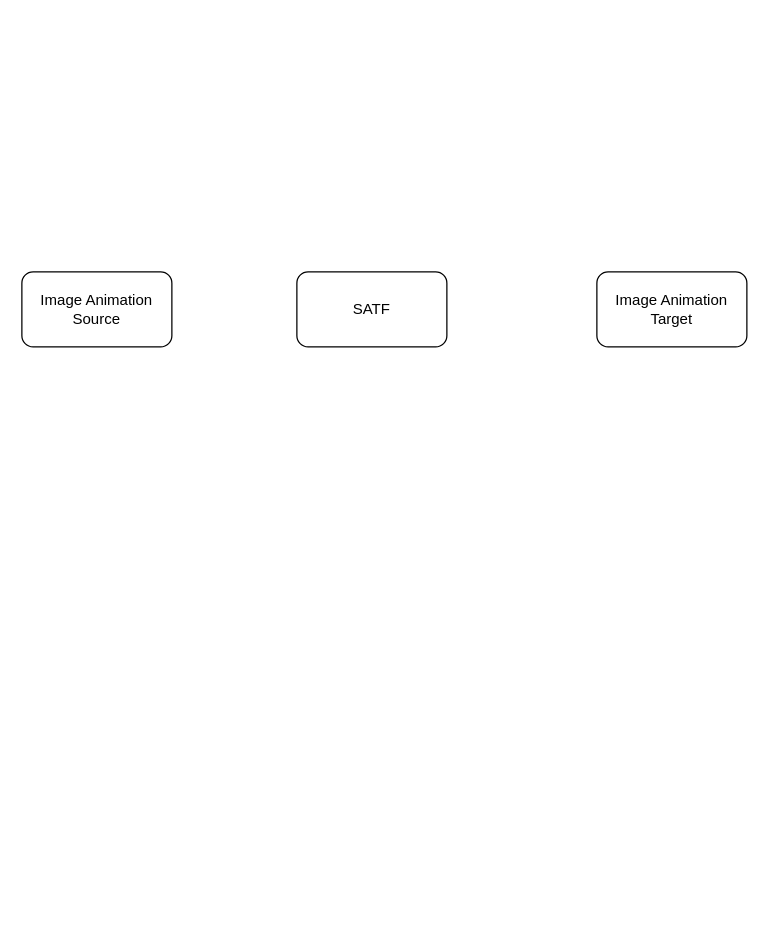
Earlier version of the draw.io diagram doc/SATF_Architecture.drawio (andreas-volz/SATF). Source tidied: cells renumbered, new cells numbered last; positions are measured from the earlier drawing's top-left corner, leaving out a move shared by most shapes. Both pictures are drawn from the tidied source at 125%, with x=0, y=0 at pixel (21, 271).
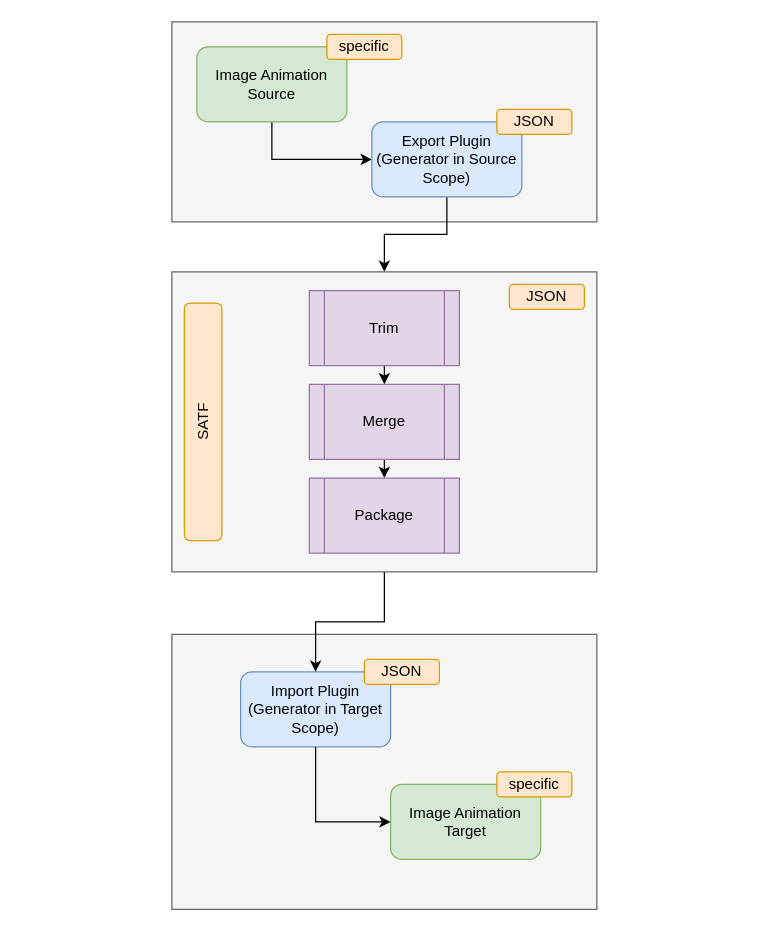
The same diagram, later.

Commit message:
basic architecture definition

What changed in the source:
```diff
@@
+    <mxCell id="5" style="rounded=0;whiteSpace=wrap;html=1;fillColor=#f5f5f5;fontColor=#333333;strokeColor=#666666;" parent="1" vertex="1">
+      <mxGeometry x="120" y="290" width="340" height="220" as="geometry" />
+    </mxCell>
+    <mxCell id="6" style="rounded=0;whiteSpace=wrap;html=1;fillColor=#f5f5f5;fontColor=#333333;strokeColor=#666666;" parent="1" vertex="1">
+      <mxGeometry x="120" y="-200" width="340" height="160" as="geometry" />
+    </mxCell>
+    <mxCell id="7" style="edgeStyle=orthogonalEdgeStyle;rounded=0;jettySize=auto;html=1;exitX=0.5;exitY=1;exitDx=0;exitDy=0;" parent="1" edge="1" source="2" target="9">
+      <mxGeometry relative="1" as="geometry" />
+    </mxCell>
-    <mxCell id="2" value="Image Animation Source" style="rounded=1;whiteSpace=wrap;html=1;" parent="1" vertex="1">
-      <mxGeometry width="120" height="60" as="geometry" />
+    <mxCell id="2" value="Image Animation Source" style="rounded=1;whiteSpace=wrap;html=1;glass=0;shadow=0;fillColor=#d5e8d4;strokeColor=#82b366;" parent="1" vertex="1">
+      <mxGeometry x="140" y="-180" width="120" height="60" as="geometry" />
     </mxCell>
-    <mxCell id="3" value="Image Animation Target" style="rounded=1;whiteSpace=wrap;html=1;" parent="1" vertex="1">
-      <mxGeometry x="460" width="120" height="60" as="geometry" />
+    <mxCell id="3" value="Image Animation Target" style="rounded=1;whiteSpace=wrap;html=1;fillColor=#d5e8d4;strokeColor=#82b366;" parent="1" vertex="1">
+      <mxGeometry x="295" y="410" width="120" height="60" as="geometry" />
     </mxCell>
+    <mxCell id="8" style="edgeStyle=orthogonalEdgeStyle;rounded=0;jettySize=auto;html=1;exitX=0.5;exitY=1;exitDx=0;exitDy=0;entryX=0.5;entryY=0;entryDx=0;entryDy=0;" parent="1" edge="1" source="9" target="13">
+      <mxGeometry relative="1" as="geometry" />
+    </mxCell>
+    <mxCell id="9" value="Export Plugin&lt;br&gt;(Generator in Source Scope)" style="rounded=1;whiteSpace=wrap;html=1;fillColor=#dae8fc;strokeColor=#6c8ebf;" parent="1" vertex="1">
+      <mxGeometry x="280" y="-120" width="120" height="60" as="geometry" />
+    </mxCell>
+    <mxCell id="10" style="edgeStyle=orthogonalEdgeStyle;rounded=0;jettySize=auto;html=1;exitX=0.5;exitY=1;exitDx=0;exitDy=0;entryX=0;entryY=0.5;entryDx=0;entryDy=0;" parent="1" edge="1" source="11" target="3">
+      <mxGeometry relative="1" as="geometry" />
+    </mxCell>
+    <mxCell id="11" value="Import Plugin&lt;br&gt;(Generator in Target Scope)" style="rounded=1;whiteSpace=wrap;html=1;fillColor=#dae8fc;strokeColor=#6c8ebf;" parent="1" vertex="1">
+      <mxGeometry x="175" y="320" width="120" height="60" as="geometry" />
+    </mxCell>
+    <mxCell id="12" style="edgeStyle=orthogonalEdgeStyle;rounded=0;jettySize=auto;html=1;exitX=0.5;exitY=1;exitDx=0;exitDy=0;entryX=0.5;entryY=0;entryDx=0;entryDy=0;" parent="1" edge="1" source="13" target="11">
+      <mxGeometry relative="1" as="geometry" />
+    </mxCell>
+    <mxCell id="13" style="rounded=0;whiteSpace=wrap;html=1;fillColor=#f5f5f5;fontColor=#333333;strokeColor=#666666;" parent="1" vertex="1">
+      <mxGeometry x="120" width="340" height="240" as="geometry" />
+    </mxCell>
-    <mxCell id="4" value="SATF" style="rounded=1;whiteSpace=wrap;html=1;" parent="1" vertex="1">
-      <mxGeometry x="220" width="120" height="60" as="geometry" />
+    <mxCell id="4" value="SATF" style="rounded=1;whiteSpace=wrap;html=1;fillColor=#ffe6cc;strokeColor=#d79b00;rotation=-90;" parent="1" vertex="1">
+      <mxGeometry x="50" y="105" width="190" height="30" as="geometry" />
     </mxCell>
+    <mxCell id="14" style="edgeStyle=orthogonalEdgeStyle;rounded=0;jettySize=auto;html=1;exitX=0.5;exitY=1;exitDx=0;exitDy=0;entryX=0.5;entryY=0;entryDx=0;entryDy=0;" parent="1" edge="1" source="15" target="17">
+      <mxGeometry relative="1" as="geometry" />
+    </mxCell>
+    <mxCell id="15" value="Trim" style="shape=process;whiteSpace=wrap;html=1;backgroundOutline=1;fillColor=#e1d5e7;strokeColor=#9673a6;" parent="1" vertex="1">
+      <mxGeometry x="230" y="15" width="120" height="60" as="geometry" />
+    </mxCell>
+    <mxCell id="16" style="edgeStyle=orthogonalEdgeStyle;rounded=0;jettySize=auto;html=1;exitX=0.5;exitY=1;exitDx=0;exitDy=0;entryX=0.5;entryY=0;entryDx=0;entryDy=0;" parent="1" edge="1" source="17" target="18">
+      <mxGeometry relative="1" as="geometry" />
+    </mxCell>
+    <mxCell id="17" value="Merge" style="shape=process;whiteSpace=wrap;html=1;backgroundOutline=1;fillColor=#e1d5e7;strokeColor=#9673a6;" parent="1" vertex="1">
+      <mxGeometry x="230" y="90" width="120" height="60" as="geometry" />
+    </mxCell>
+    <mxCell id="18" value="Package" style="shape=process;whiteSpace=wrap;html=1;backgroundOutline=1;fillColor=#e1d5e7;strokeColor=#9673a6;" parent="1" vertex="1">
+      <mxGeometry x="230" y="165" width="120" height="60" as="geometry" />
+    </mxCell>
+    <mxCell id="19" value="JSON" style="rounded=1;whiteSpace=wrap;html=1;fillColor=#ffe6cc;strokeColor=#d79b00;" parent="1" vertex="1">
+      <mxGeometry x="380" y="-130" width="60" height="20" as="geometry" />
+    </mxCell>
+    <mxCell id="20" value="JSON" style="rounded=1;whiteSpace=wrap;html=1;fillColor=#ffe6cc;strokeColor=#d79b00;" parent="1" vertex="1">
+      <mxGeometry x="274" y="310" width="60" height="20" as="geometry" />
+    </mxCell>
+    <mxCell id="21" value="specific" style="rounded=1;whiteSpace=wrap;html=1;fillColor=#ffe6cc;strokeColor=#d79b00;" parent="1" vertex="1">
+      <mxGeometry x="244" y="-190" width="60" height="20" as="geometry" />
+    </mxCell>
+    <mxCell id="22" value="specific" style="rounded=1;whiteSpace=wrap;html=1;fillColor=#ffe6cc;strokeColor=#d79b00;" parent="1" vertex="1">
+      <mxGeometry x="380" y="400" width="60" height="20" as="geometry" />
+    </mxCell>
+    <mxCell id="23" value="JSON" style="rounded=1;whiteSpace=wrap;html=1;fillColor=#ffe6cc;strokeColor=#d79b00;" parent="1" vertex="1">
+      <mxGeometry x="390" y="10" width="60" height="20" as="geometry" />
+    </mxCell>
```
